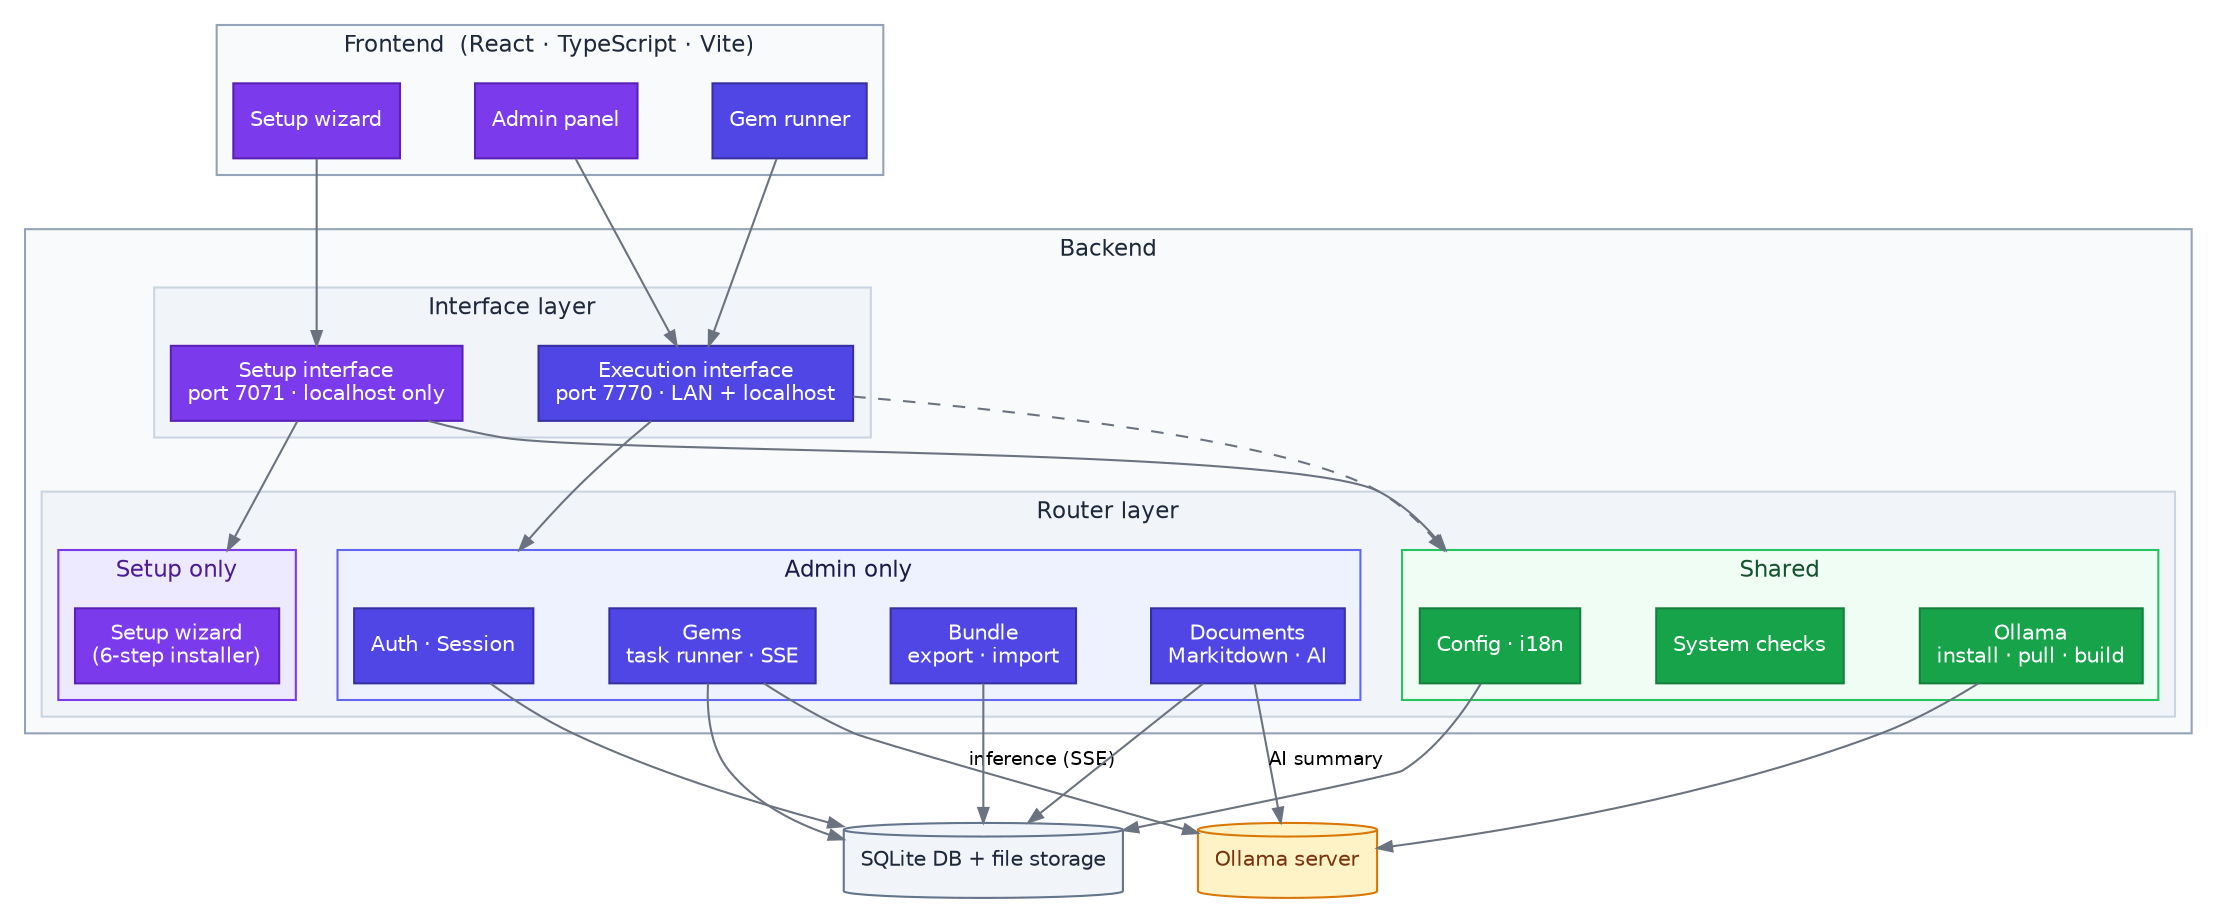
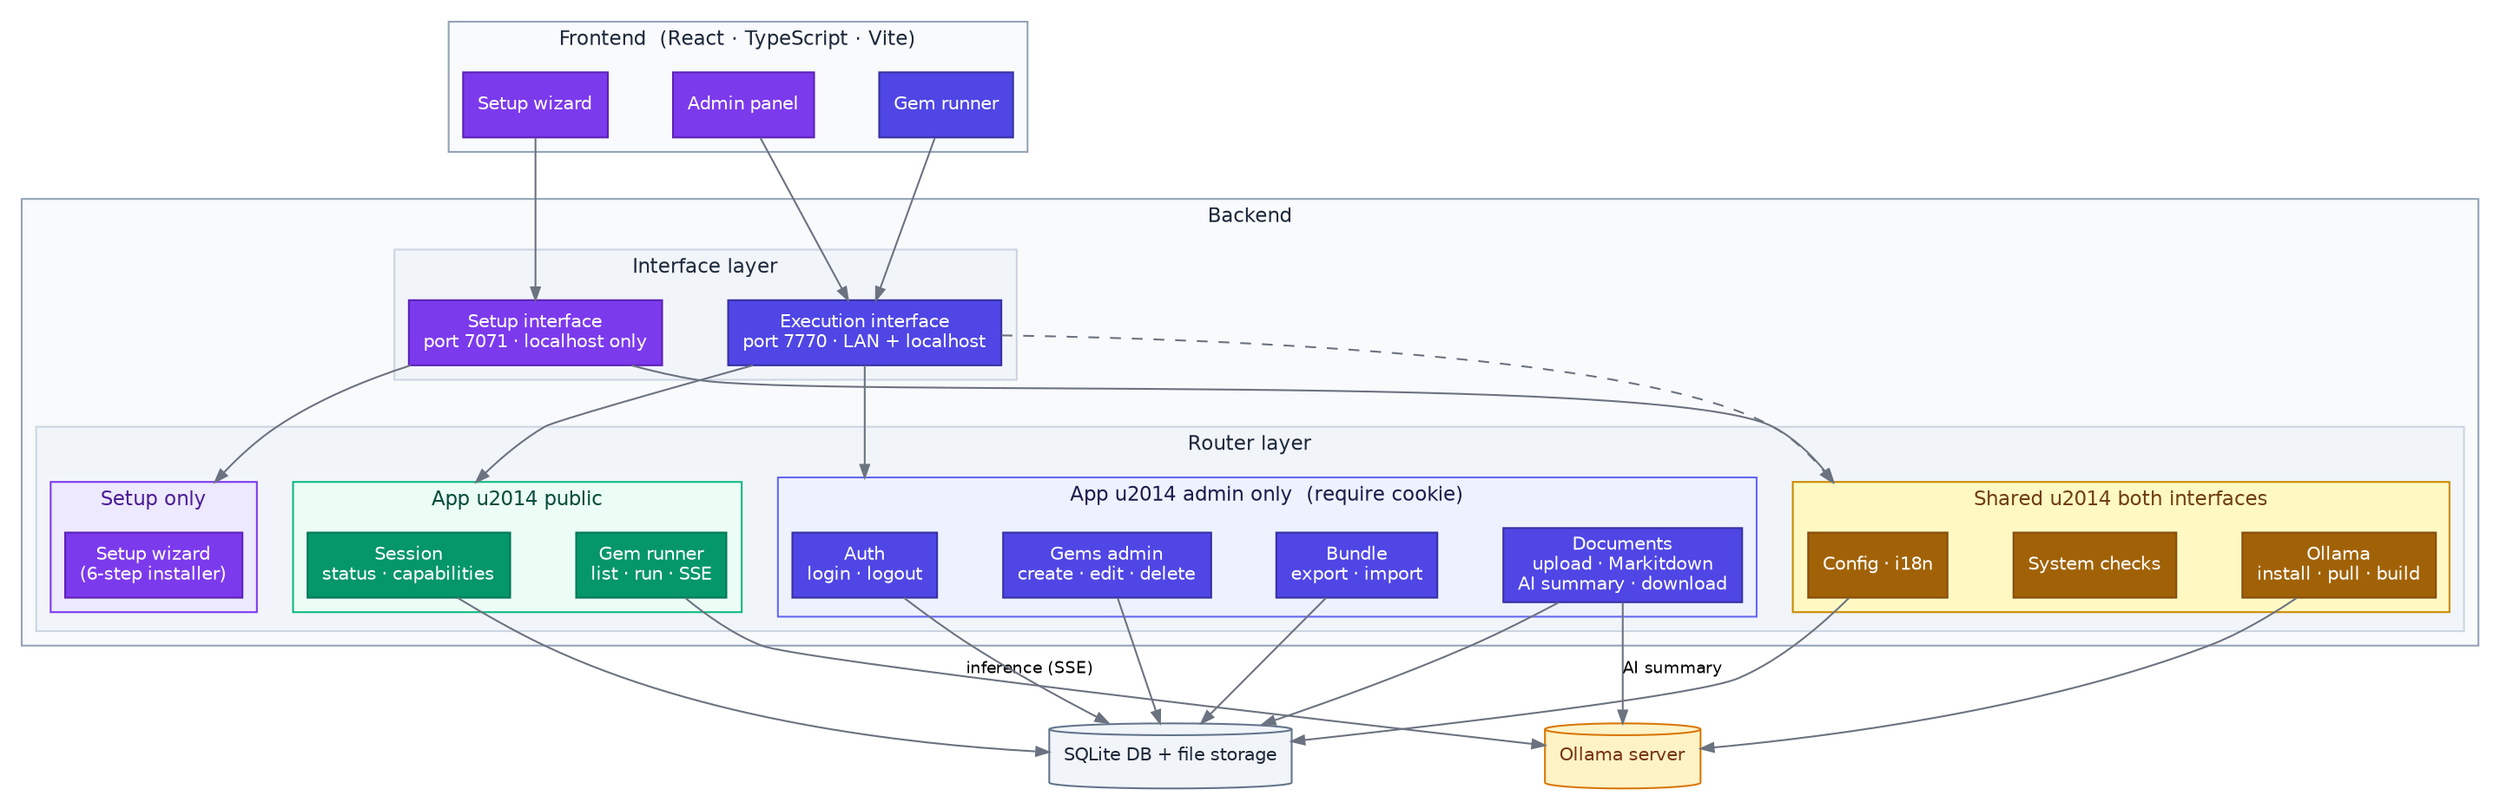
/* Trove — module map
 * Graphviz DOT format.  Render with:  dot -Tsvg module-map.dot -o module-map.svg
 *
 * Three tiers:
 *   1. Frontend — Setup wizard and Admin panel (localhost only), Gem runner (LAN)
 *   2. Backend  — Interface layer feeds a Router layer
+  *                 Shared routers are mounted on both interfaces.
 *   3. External — Ollama server and file/DB storage
 */

digraph trove_modules {
  rankdir=TB
  compound=true
  nodesep=0.5
  ranksep=0.7
  fontname="Helvetica"
  fontsize=11

  node [fontname="Helvetica" fontsize=10 style=filled shape=box]
  edge [fontname="Helvetica" fontsize=9 color="#6b7280" arrowsize=0.7]

  /* ── Frontend ─────────────────────────────────────────────────────── */

  subgraph cluster_frontend {
    label="Frontend  (React · TypeScript · Vite)"
    style=filled fillcolor="#f8fafc" color="#94a3b8" fontcolor="#1e293b"

    subgraph cluster_localhost_fe {
      label="Localhost only"
      style=filled fillcolor="#ede9fe" color="#7c3aed" fontcolor="#4c1d95"

      setup_page [label="Setup wizard"  fillcolor="#7c3aed" fontcolor=white color="#5b21b6"]
      admin_page [label="Admin panel"   fillcolor="#7c3aed" fontcolor=white color="#5b21b6"]
    }

    user_page [label="Gem runner" fillcolor="#4f46e5" fontcolor=white color="#3730a3"]

    { rank=same; setup_page; admin_page; user_page }
  }

  /* ── Backend ──────────────────────────────────────────────────────── */

  subgraph cluster_backend {
    label="Backend"
    style=filled fillcolor="#f8fafc" color="#94a3b8" fontcolor="#1e293b"

    /* Interface layer */
    subgraph cluster_ifaces {
      label="Interface layer"
      style=filled fillcolor="#f1f5f9" color="#cbd5e1"

      setup_iface [label="Setup interface\nport 7071 · localhost only"
                   fillcolor="#7c3aed" fontcolor=white color="#5b21b6"]
      exec_iface  [label="Execution interface\nport 7770 · LAN + localhost"
                   fillcolor="#4f46e5" fontcolor=white color="#3730a3"]

      { rank=same; setup_iface; exec_iface }
    }

    /* Router layer */
    subgraph cluster_routers {
      label="Router layer"
      style=filled fillcolor="#f1f5f9" color="#cbd5e1"

+       /* Setup only */
      subgraph cluster_r_setup {
        label="Setup only"
        style=filled fillcolor="#ede9fe" color="#7c3aed" fontcolor="#4c1d95"
        r_setup [label="Setup wizard\n(6-step installer)"
                 fillcolor="#7c3aed" fontcolor=white color="#5b21b6"]
      }

-       subgraph cluster_r_admin {
-         label="Admin only"
-         style=filled fillcolor="#eef2ff" color="#6366f1" fontcolor="#1e1b4b"
-         r_auth   [label="Auth · Session"               fillcolor="#4f46e5" fontcolor=white color="#3730a3"]
-         r_gems   [label="Gems\ntask runner · SSE"      fillcolor="#4f46e5" fontcolor=white color="#3730a3"]
-         r_docs   [label="Documents\nMarkitdown · AI"   fillcolor="#4f46e5" fontcolor=white color="#3730a3"]
-         r_bundle [label="Bundle\nexport · import"      fillcolor="#4f46e5" fontcolor=white color="#3730a3"]
-         { rank=same; r_auth; r_gems; r_docs; r_bundle }
+       /* App — public (no auth) */
+       subgraph cluster_r_public {
+         label="App \u2014 public"
+         style=filled fillcolor="#ecfdf5" color="#10b981" fontcolor="#064e3b"
+         r_session [label="Session\nstatus · capabilities" fillcolor="#059669" fontcolor=white color="#047857"]
+         r_runner  [label="Gem runner\nlist · run · SSE"   fillcolor="#059669" fontcolor=white color="#047857"]
+         { rank=same; r_session; r_runner }
      }

+       /* App — admin only (cookie required) */
+       subgraph cluster_r_admin {
+         label="App \u2014 admin only  (require cookie)"
+         style=filled fillcolor="#eef2ff" color="#6366f1" fontcolor="#1e1b4b"
+         r_auth       [label="Auth\nlogin · logout"              fillcolor="#4f46e5" fontcolor=white color="#3730a3"]
+         r_gems_admin [label="Gems admin\ncreate · edit · delete" fillcolor="#4f46e5" fontcolor=white color="#3730a3"]
+         r_docs       [label="Documents\nupload · Markitdown\nAI summary · download" fillcolor="#4f46e5" fontcolor=white color="#3730a3"]
+         r_bundle     [label="Bundle\nexport · import"           fillcolor="#4f46e5" fontcolor=white color="#3730a3"]
+         { rank=same; r_auth; r_gems_admin; r_docs; r_bundle }
+       }
+ 
+       /* Shared — mounted on both interfaces */
      subgraph cluster_r_shared {
-         label="Shared"
-         style=filled fillcolor="#f0fdf4" color="#22c55e" fontcolor="#14532d"
-         r_config  [label="Config · i18n" fillcolor="#16a34a" fontcolor=white color="#15803d"]
-         r_system  [label="System checks" fillcolor="#16a34a" fontcolor=white color="#15803d"]
-         r_ollama  [label="Ollama\ninstall · pull · build" fillcolor="#16a34a" fontcolor=white color="#15803d"]
+         label="Shared \u2014 both interfaces"
+         style=filled fillcolor="#fef9c3" color="#ca8a04" fontcolor="#713f12"
+         r_config  [label="Config · i18n"          fillcolor="#a16207" fontcolor=white color="#854d0e"]
+         r_system  [label="System checks"           fillcolor="#a16207" fontcolor=white color="#854d0e"]
+         r_ollama  [label="Ollama\ninstall · pull · build" fillcolor="#a16207" fontcolor=white color="#854d0e"]
        { rank=same; r_config; r_system; r_ollama }
      }
    }

-     /* Interface → router arrows (lhead draws arrow to cluster edge) */
-     setup_iface -> r_setup  [lhead=cluster_r_setup]
-     setup_iface -> r_config [lhead=cluster_r_shared]
-     exec_iface  -> r_auth   [lhead=cluster_r_admin]
-     exec_iface  -> r_config [lhead=cluster_r_shared style=dashed]
+     /* Interface → router group arrows */
+     setup_iface -> r_setup   [lhead=cluster_r_setup]
+     setup_iface -> r_config  [lhead=cluster_r_shared]
+ 
+     exec_iface  -> r_session [lhead=cluster_r_public]
+     exec_iface  -> r_auth    [lhead=cluster_r_admin]
+     exec_iface  -> r_config  [lhead=cluster_r_shared style=dashed]
  }

  /* ── External resources ───────────────────────────────────────────── */

-   ollama_srv [label="Ollama server" shape=cylinder
+   ollama_srv [label="Ollama server"          shape=cylinder
              fillcolor="#fef3c7" color="#d97706" fontcolor="#78350f"]
  storage    [label="SQLite DB + file storage" shape=cylinder
              fillcolor="#f1f5f9" color="#64748b" fontcolor="#1e293b"]

  /* Frontend → backend */
  setup_page -> setup_iface
  admin_page -> exec_iface
  user_page  -> exec_iface

  /* Routers → external */
-   r_ollama -> ollama_srv
-   r_gems   -> ollama_srv [label="inference (SSE)"]
-   r_docs   -> ollama_srv [label="AI summary"]
+   r_ollama     -> ollama_srv
+   r_runner     -> ollama_srv [label="inference (SSE)"]
+   r_docs       -> ollama_srv [label="AI summary"]

-   r_auth   -> storage
-   r_gems   -> storage
-   r_docs   -> storage
-   r_bundle -> storage
-   r_config -> storage
+   r_session    -> storage
+   r_auth       -> storage
+   r_gems_admin -> storage
+   r_docs       -> storage
+   r_bundle     -> storage
+   r_config     -> storage
}
